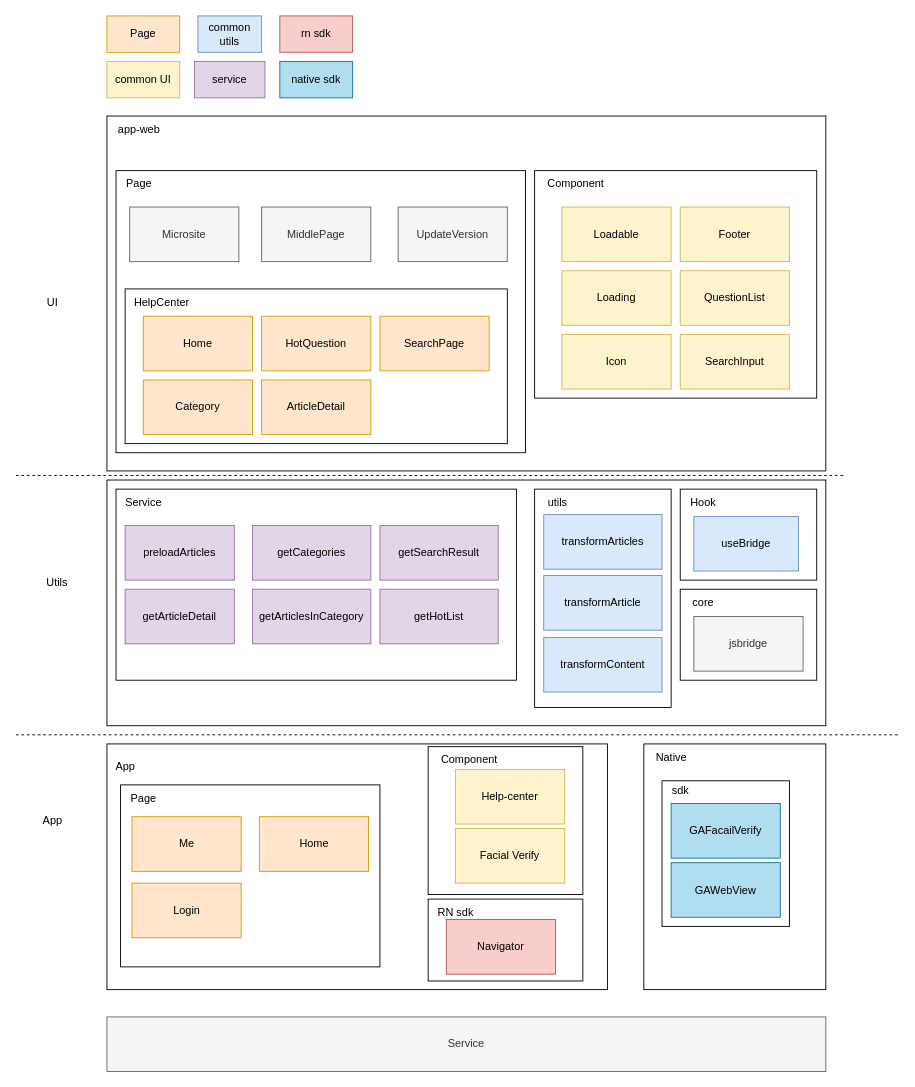
This is page "第 2 页" (2 of 4) of helpcenter.drawio from RexYao97/sfrex, a draw.io file, before an edit. Source tidied: cells renumbered, new cells numbered last; positions are measured from the earlier drawing's top-left corner, leaving out a move shared by most shapes. Both pictures are drawn from the tidied source at 91%, with x=0, y=0 at pixel (15, 15).
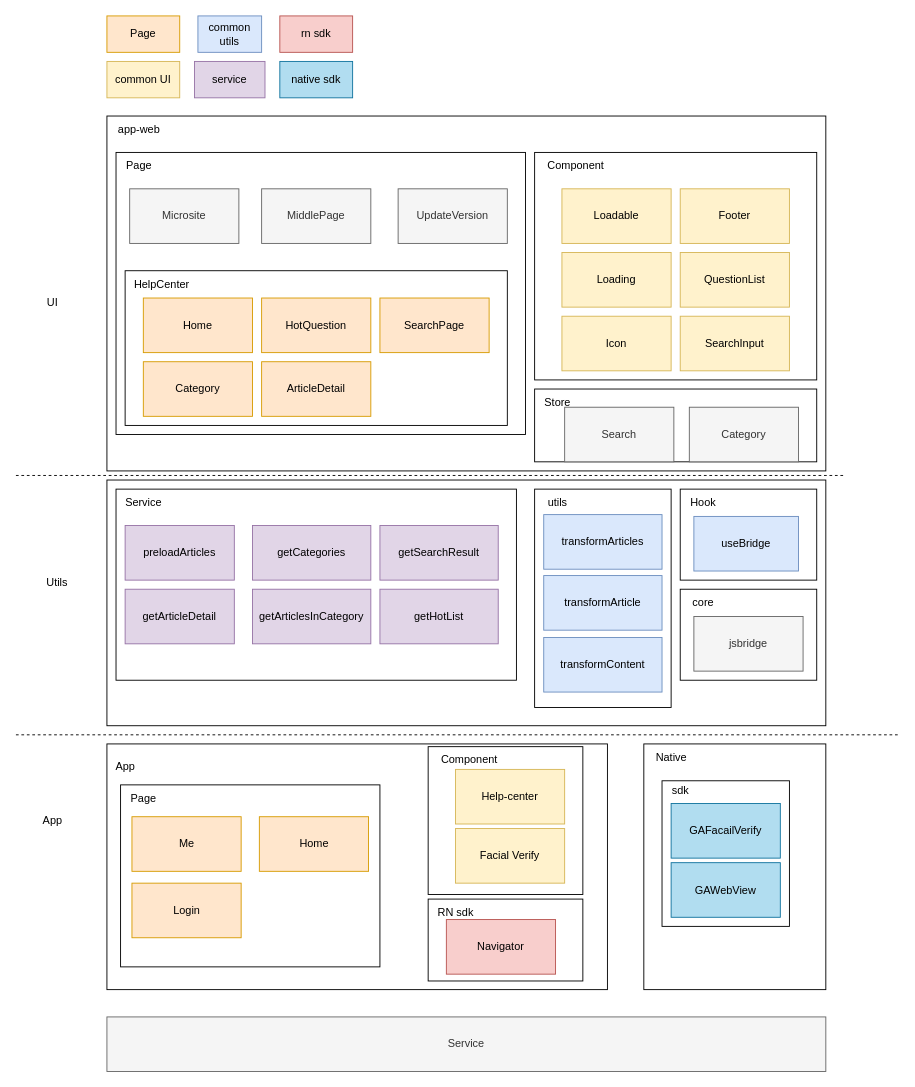
The same diagram, later.

What changed in the source:
```diff
@@
     <mxCell id="9" style="whiteSpace=wrap;html=1;" parent="1" vertex="1">
-      <mxGeometry x="110" y="170" width="450" height="310" as="geometry" />
+      <mxGeometry x="110" y="150" width="450" height="310" as="geometry" />
     </mxCell>
@@
     <mxCell id="11" style="rounded=0;whiteSpace=wrap;html=1;" parent="1" vertex="1">
-      <mxGeometry x="120" y="300" width="420" height="170" as="geometry" />
+      <mxGeometry x="120" y="280" width="420" height="170" as="geometry" />
     </mxCell>
     <mxCell id="12" value="Microsite" style="rounded=0;whiteSpace=wrap;html=1;fillColor=#f5f5f5;fontColor=#333333;strokeColor=#666666;" parent="1" vertex="1">
-      <mxGeometry x="125" y="210" width="120" height="60" as="geometry" />
+      <mxGeometry x="125" y="190" width="120" height="60" as="geometry" />
     </mxCell>
     <mxCell id="13" value="HelpCenter" style="text;html=1;align=center;verticalAlign=middle;strokeColor=none;fillColor=none;" parent="1" vertex="1">
-      <mxGeometry x="120" y="300" width="80" height="30" as="geometry" />
+      <mxGeometry x="120" y="280" width="80" height="30" as="geometry" />
     </mxCell>
     <mxCell id="14" value="MiddlePage" style="rounded=0;whiteSpace=wrap;html=1;fillColor=#f5f5f5;fontColor=#333333;strokeColor=#666666;" parent="1" vertex="1">
-      <mxGeometry x="270" y="210" width="120" height="60" as="geometry" />
+      <mxGeometry x="270" y="190" width="120" height="60" as="geometry" />
     </mxCell>
     <mxCell id="15" value="Home" style="rounded=0;whiteSpace=wrap;html=1;fillColor=#ffe6cc;strokeColor=#d79b00;" parent="1" vertex="1">
-      <mxGeometry x="140" y="330" width="120" height="60" as="geometry" />
+      <mxGeometry x="140" y="310" width="120" height="60" as="geometry" />
     </mxCell>
     <mxCell id="16" value="Category" style="rounded=0;whiteSpace=wrap;html=1;fillColor=#ffe6cc;strokeColor=#d79b00;" parent="1" vertex="1">
-      <mxGeometry x="140" y="400" width="120" height="60" as="geometry" />
+      <mxGeometry x="140" y="380" width="120" height="60" as="geometry" />
     </mxCell>
     <mxCell id="17" value="HotQuestion" style="rounded=0;whiteSpace=wrap;html=1;fillColor=#ffe6cc;strokeColor=#d79b00;" parent="1" vertex="1">
-      <mxGeometry x="270" y="330" width="120" height="60" as="geometry" />
+      <mxGeometry x="270" y="310" width="120" height="60" as="geometry" />
     </mxCell>
     <mxCell id="18" value="ArticleDetail" style="rounded=0;whiteSpace=wrap;html=1;fillColor=#ffe6cc;strokeColor=#d79b00;" parent="1" vertex="1">
-      <mxGeometry x="270" y="400" width="120" height="60" as="geometry" />
+      <mxGeometry x="270" y="380" width="120" height="60" as="geometry" />
     </mxCell>
     <mxCell id="19" value="SearchPage" style="rounded=0;whiteSpace=wrap;html=1;fillColor=#ffe6cc;strokeColor=#d79b00;" parent="1" vertex="1">
-      <mxGeometry x="400" y="330" width="120" height="60" as="geometry" />
+      <mxGeometry x="400" y="310" width="120" height="60" as="geometry" />
     </mxCell>
     <mxCell id="20" value="UpdateVersion" style="rounded=0;whiteSpace=wrap;html=1;fillColor=#f5f5f5;fontColor=#333333;strokeColor=#666666;" parent="1" vertex="1">
-      <mxGeometry x="420" y="210" width="120" height="60" as="geometry" />
+      <mxGeometry x="420" y="190" width="120" height="60" as="geometry" />
     </mxCell>
     <mxCell id="21" value="Page" style="text;html=1;align=center;verticalAlign=middle;strokeColor=none;fillColor=none;" parent="1" vertex="1">
-      <mxGeometry x="110" y="170" width="50" height="30" as="geometry" />
+      <mxGeometry x="110" y="150" width="50" height="30" as="geometry" />
     </mxCell>
     <mxCell id="22" style="rounded=0;whiteSpace=wrap;html=1;" parent="1" vertex="1">
-      <mxGeometry x="570" y="170" width="310" height="250" as="geometry" />
+      <mxGeometry x="570" y="150" width="310" height="250" as="geometry" />
     </mxCell>
     <mxCell id="23" value="Component" style="text;html=1;align=center;verticalAlign=middle;strokeColor=none;fillColor=none;" parent="1" vertex="1">
-      <mxGeometry x="570" y="170" width="90" height="30" as="geometry" />
+      <mxGeometry x="570" y="150" width="90" height="30" as="geometry" />
     </mxCell>
     <mxCell id="24" value="Loadable" style="rounded=0;whiteSpace=wrap;html=1;fillColor=#fff2cc;strokeColor=#d6b656;" parent="1" vertex="1">
-      <mxGeometry x="600" y="210" width="120" height="60" as="geometry" />
+      <mxGeometry x="600" y="190" width="120" height="60" as="geometry" />
     </mxCell>
     <mxCell id="25" value="Loading" style="rounded=0;whiteSpace=wrap;html=1;fillColor=#fff2cc;strokeColor=#d6b656;" parent="1" vertex="1">
-      <mxGeometry x="600" y="280" width="120" height="60" as="geometry" />
+      <mxGeometry x="600" y="260" width="120" height="60" as="geometry" />
     </mxCell>
     <mxCell id="26" value="Icon" style="rounded=0;whiteSpace=wrap;html=1;fillColor=#fff2cc;strokeColor=#d6b656;" parent="1" vertex="1">
-      <mxGeometry x="600" y="350" width="120" height="60" as="geometry" />
+      <mxGeometry x="600" y="330" width="120" height="60" as="geometry" />
     </mxCell>
     <mxCell id="27" value="Footer" style="rounded=0;whiteSpace=wrap;html=1;fillColor=#fff2cc;strokeColor=#d6b656;" parent="1" vertex="1">
-      <mxGeometry x="730" y="210" width="120" height="60" as="geometry" />
+      <mxGeometry x="730" y="190" width="120" height="60" as="geometry" />
     </mxCell>
     <mxCell id="28" value="QuestionList" style="rounded=0;whiteSpace=wrap;html=1;fillColor=#fff2cc;strokeColor=#d6b656;" parent="1" vertex="1">
-      <mxGeometry x="730" y="280" width="120" height="60" as="geometry" />
+      <mxGeometry x="730" y="260" width="120" height="60" as="geometry" />
     </mxCell>
     <mxCell id="29" value="SearchInput" style="rounded=0;whiteSpace=wrap;html=1;fillColor=#fff2cc;strokeColor=#d6b656;" parent="1" vertex="1">
-      <mxGeometry x="730" y="350" width="120" height="60" as="geometry" />
+      <mxGeometry x="730" y="330" width="120" height="60" as="geometry" />
     </mxCell>
@@
+    <mxCell id="76" style="rounded=0;whiteSpace=wrap;html=1;" parent="1" vertex="1">
+      <mxGeometry x="570" y="410" width="310" height="80" as="geometry" />
+    </mxCell>
+    <mxCell id="77" value="Store" style="text;html=1;align=center;verticalAlign=middle;strokeColor=none;fillColor=none;" parent="1" vertex="1">
+      <mxGeometry x="570" y="410" width="50" height="30" as="geometry" />
+    </mxCell>
+    <mxCell id="78" value="Search" style="rounded=0;whiteSpace=wrap;html=1;fillColor=#f5f5f5;strokeColor=#666666;fontColor=#333333;" parent="1" vertex="1">
+      <mxGeometry x="603" y="430" width="120" height="60" as="geometry" />
+    </mxCell>
+    <mxCell id="79" value="Category" style="rounded=0;whiteSpace=wrap;html=1;fillColor=#f5f5f5;strokeColor=#666666;fontColor=#333333;" parent="1" vertex="1">
+      <mxGeometry x="740" y="430" width="120" height="60" as="geometry" />
+    </mxCell>
```
